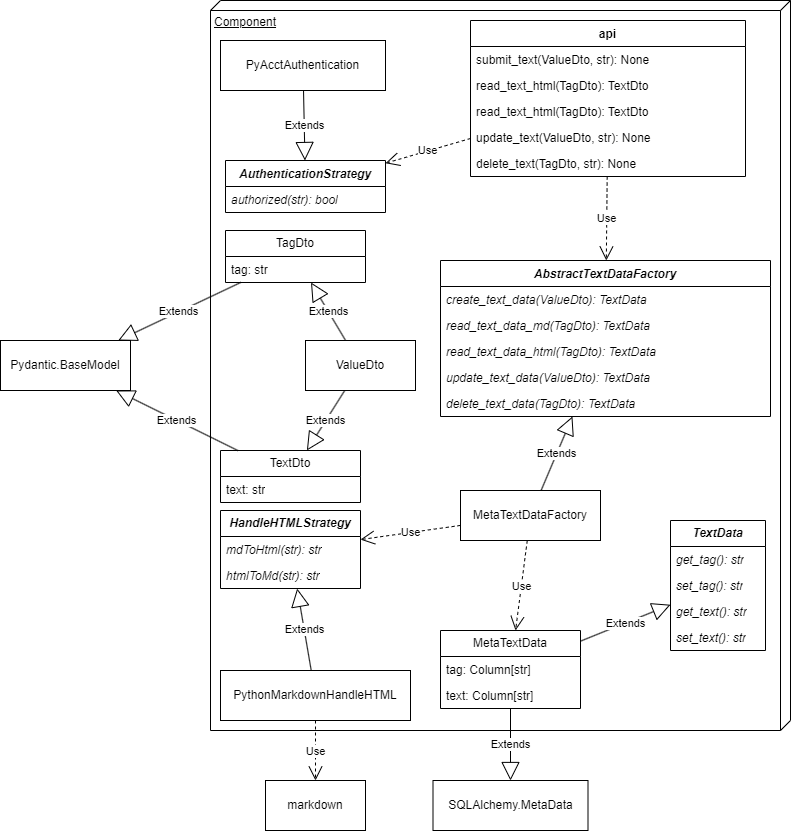
Earlier version of the draw.io export docs/uml.png (mwhicks-dev/webedit). Source tidied: cells renumbered, new cells last; positions are measured from the earlier drawing's top-left corner, leaving out a move shared by most shapes.
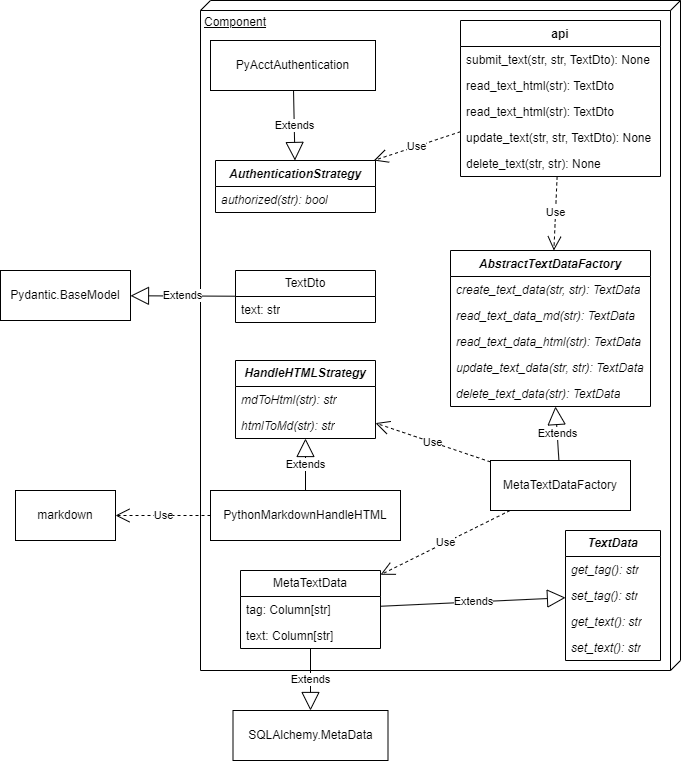
After the commit.

Commit message:
Updated docs to reflect API #1

Diff of the diagram source:
```diff
@@ -3,7 +3,7 @@
     <mxCell id="0" />
     <mxCell id="1" parent="0" />
     <mxCell id="2" value="Component" style="verticalAlign=top;align=left;spacingTop=8;spacingLeft=2;spacingRight=12;shape=cube;size=10;direction=south;fontStyle=4;html=1;whiteSpace=wrap;" parent="1" vertex="1">
-      <mxGeometry x="210" width="580" height="730" as="geometry" />
+      <mxGeometry x="210" width="480" height="670" as="geometry" />
     </mxCell>
     <mxCell id="3" value="&lt;i&gt;AuthenticationStrategy&lt;/i&gt;" style="swimlane;fontStyle=1;align=center;verticalAlign=top;horizontal=1;startSize=26;whiteSpace=wrap;html=1;" parent="1" vertex="1">
       <mxGeometry x="225" y="160" width="160" height="52" as="geometry" />
@@ -18,13 +18,13 @@
       <mxGeometry relative="1" as="geometry" />
     </mxCell>
     <mxCell id="7" value="SQLAlchemy.MetaData" style="html=1;whiteSpace=wrap;" parent="1" vertex="1">
-      <mxGeometry x="432.5" y="780" width="155" height="50" as="geometry" />
+      <mxGeometry x="242.5" y="710" width="155" height="50" as="geometry" />
     </mxCell>
     <mxCell id="8" value="Extends" style="endArrow=block;endSize=16;endFill=0;html=1;rounded=0;" parent="1" edge="1" source="20" target="7">
       <mxGeometry relative="1" as="geometry" />
     </mxCell>
     <mxCell id="9" value="&lt;b&gt;&lt;i&gt;HandleHTMLStrategy&lt;/i&gt;&lt;/b&gt;" style="swimlane;fontStyle=0;horizontal=1;startSize=26;fillColor=none;whiteSpace=wrap;html=1;" parent="1" vertex="1">
-      <mxGeometry x="220" y="510" width="140" height="78" as="geometry" />
+      <mxGeometry x="245" y="360" width="140" height="78" as="geometry" />
     </mxCell>
     <mxCell id="10" value="mdToHtml(str): str" style="text;strokeColor=none;fillColor=none;align=left;verticalAlign=top;spacingLeft=4;spacingRight=4;overflow=hidden;whiteSpace=wrap;html=1;fontStyle=2;" parent="9" vertex="1">
       <mxGeometry y="26" width="140" height="26" as="geometry" />
@@ -33,13 +33,13 @@
       <mxGeometry y="52" width="140" height="26" as="geometry" />
     </mxCell>
     <mxCell id="12" value="PythonMarkdownHandleHTML" style="html=1;whiteSpace=wrap;" parent="1" vertex="1">
-      <mxGeometry x="220" y="670" width="190" height="50" as="geometry" />
+      <mxGeometry x="220" y="490" width="190" height="50" as="geometry" />
     </mxCell>
     <mxCell id="13" value="Extends" style="endArrow=block;endSize=16;endFill=0;html=1;rounded=0;" parent="1" edge="1" source="12" target="9">
       <mxGeometry relative="1" as="geometry" />
     </mxCell>
     <mxCell id="14" value="&lt;b style=&quot;&quot;&gt;TextData&lt;/b&gt;" style="swimlane;fontStyle=2;horizontal=1;startSize=26;fillColor=none;whiteSpace=wrap;html=1;" parent="1" vertex="1">
-      <mxGeometry x="670" y="520" width="95" height="130" as="geometry" />
+      <mxGeometry x="575" y="530" width="95" height="130" as="geometry" />
     </mxCell>
     <mxCell id="15" value="get_tag(): str" style="text;strokeColor=none;fillColor=none;align=left;verticalAlign=top;spacingLeft=4;spacingRight=4;overflow=hidden;whiteSpace=wrap;html=1;fontStyle=2;" parent="14" vertex="1">
       <mxGeometry y="26" width="95" height="26" as="geometry" />
@@ -57,7 +57,7 @@
       <mxGeometry relative="1" as="geometry" />
     </mxCell>
     <mxCell id="20" value="MetaTextData" style="swimlane;fontStyle=0;horizontal=1;startSize=26;fillColor=none;whiteSpace=wrap;html=1;" parent="1" vertex="1">
-      <mxGeometry x="440" y="630" width="140" height="78" as="geometry" />
+      <mxGeometry x="250" y="570" width="140" height="78" as="geometry" />
     </mxCell>
     <mxCell id="21" value="tag: Column[str]" style="text;strokeColor=none;fillColor=none;align=left;verticalAlign=top;spacingLeft=4;spacingRight=4;overflow=hidden;whiteSpace=wrap;html=1;" parent="20" vertex="1">
       <mxGeometry y="26" width="140" height="26" as="geometry" />
@@ -66,25 +66,25 @@
       <mxGeometry y="52" width="140" height="26" as="geometry" />
     </mxCell>
     <mxCell id="23" value="&lt;i&gt;AbstractTextDataFactory&lt;/i&gt;" style="swimlane;fontStyle=1;align=center;verticalAlign=top;horizontal=1;startSize=26;whiteSpace=wrap;html=1;" parent="1" vertex="1">
-      <mxGeometry x="440" y="260" width="330" height="156" as="geometry" />
+      <mxGeometry x="460" y="250" width="200" height="156" as="geometry" />
     </mxCell>
-    <mxCell id="24" value="create_text_data(ValueDto): TextData" style="text;strokeColor=none;fillColor=none;align=left;verticalAlign=top;spacingLeft=4;spacingRight=4;overflow=hidden;whiteSpace=wrap;html=1;fontStyle=2;" parent="23" vertex="1">
-      <mxGeometry y="26" width="330" height="26" as="geometry" />
+    <mxCell id="24" value="create_text_data(str, str): TextData" style="text;strokeColor=none;fillColor=none;align=left;verticalAlign=top;spacingLeft=4;spacingRight=4;overflow=hidden;whiteSpace=wrap;html=1;fontStyle=2;" parent="23" vertex="1">
+      <mxGeometry y="26" width="200" height="26" as="geometry" />
     </mxCell>
-    <mxCell id="25" value="read_text_data_md(TagDto): TextData" style="text;strokeColor=none;fillColor=none;align=left;verticalAlign=top;spacingLeft=4;spacingRight=4;overflow=hidden;whiteSpace=wrap;html=1;fontStyle=2;" parent="23" vertex="1">
-      <mxGeometry y="52" width="330" height="26" as="geometry" />
+    <mxCell id="25" value="read_text_data_md(str): TextData" style="text;strokeColor=none;fillColor=none;align=left;verticalAlign=top;spacingLeft=4;spacingRight=4;overflow=hidden;whiteSpace=wrap;html=1;fontStyle=2;" parent="23" vertex="1">
+      <mxGeometry y="52" width="200" height="26" as="geometry" />
     </mxCell>
-    <mxCell id="26" value="read_text_data_html(TagDto): TextData" style="text;strokeColor=none;fillColor=none;align=left;verticalAlign=top;spacingLeft=4;spacingRight=4;overflow=hidden;whiteSpace=wrap;html=1;fontStyle=2;" parent="23" vertex="1">
-      <mxGeometry y="78" width="330" height="26" as="geometry" />
+    <mxCell id="26" value="read_text_data_html(str): TextData" style="text;strokeColor=none;fillColor=none;align=left;verticalAlign=top;spacingLeft=4;spacingRight=4;overflow=hidden;whiteSpace=wrap;html=1;fontStyle=2;" parent="23" vertex="1">
+      <mxGeometry y="78" width="200" height="26" as="geometry" />
     </mxCell>
-    <mxCell id="27" value="update_text_data(ValueDto): TextData" style="text;strokeColor=none;fillColor=none;align=left;verticalAlign=top;spacingLeft=4;spacingRight=4;overflow=hidden;whiteSpace=wrap;html=1;fontStyle=2;" parent="23" vertex="1">
-      <mxGeometry y="104" width="330" height="26" as="geometry" />
+    <mxCell id="27" value="update_text_data(str, str): TextData" style="text;strokeColor=none;fillColor=none;align=left;verticalAlign=top;spacingLeft=4;spacingRight=4;overflow=hidden;whiteSpace=wrap;html=1;fontStyle=2;" parent="23" vertex="1">
+      <mxGeometry y="104" width="200" height="26" as="geometry" />
     </mxCell>
-    <mxCell id="28" value="delete_text_data(TagDto): TextData" style="text;strokeColor=none;fillColor=none;align=left;verticalAlign=top;spacingLeft=4;spacingRight=4;overflow=hidden;whiteSpace=wrap;html=1;fontStyle=2;" parent="23" vertex="1">
-      <mxGeometry y="130" width="330" height="26" as="geometry" />
+    <mxCell id="28" value="delete_text_data(str): TextData" style="text;strokeColor=none;fillColor=none;align=left;verticalAlign=top;spacingLeft=4;spacingRight=4;overflow=hidden;whiteSpace=wrap;html=1;fontStyle=2;" parent="23" vertex="1">
+      <mxGeometry y="130" width="200" height="26" as="geometry" />
     </mxCell>
     <mxCell id="29" value="MetaTextDataFactory" style="html=1;whiteSpace=wrap;" parent="1" vertex="1">
-      <mxGeometry x="460" y="490" width="140" height="50" as="geometry" />
+      <mxGeometry x="500" y="460" width="140" height="50" as="geometry" />
     </mxCell>
     <mxCell id="30" value="Extends" style="endArrow=block;endSize=16;endFill=0;html=1;rounded=0;" parent="1" edge="1" source="29" target="23">
       <mxGeometry relative="1" as="geometry" />
@@ -93,22 +93,22 @@
       <mxGeometry relative="1" as="geometry" />
     </mxCell>
     <mxCell id="32" value="api" style="swimlane;fontStyle=1;align=center;verticalAlign=top;horizontal=1;startSize=26;whiteSpace=wrap;html=1;" parent="1" vertex="1">
-      <mxGeometry x="470" y="20" width="275" height="156" as="geometry" />
+      <mxGeometry x="470" y="20" width="200" height="156" as="geometry" />
     </mxCell>
-    <mxCell id="33" value="submit_text(ValueDto, str): None" style="text;strokeColor=none;fillColor=none;align=left;verticalAlign=top;spacingLeft=4;spacingRight=4;overflow=hidden;whiteSpace=wrap;html=1;" parent="32" vertex="1">
-      <mxGeometry y="26" width="275" height="26" as="geometry" />
+    <mxCell id="33" value="submit_text(str, str, TextDto): None" style="text;strokeColor=none;fillColor=none;align=left;verticalAlign=top;spacingLeft=4;spacingRight=4;overflow=hidden;whiteSpace=wrap;html=1;" parent="32" vertex="1">
+      <mxGeometry y="26" width="200" height="26" as="geometry" />
     </mxCell>
-    <mxCell id="34" value="read_text_html(TagDto): TextDto" style="text;strokeColor=none;fillColor=none;align=left;verticalAlign=top;spacingLeft=4;spacingRight=4;overflow=hidden;whiteSpace=wrap;html=1;" parent="32" vertex="1">
-      <mxGeometry y="52" width="275" height="26" as="geometry" />
+    <mxCell id="34" value="read_text_html(str): TextDto" style="text;strokeColor=none;fillColor=none;align=left;verticalAlign=top;spacingLeft=4;spacingRight=4;overflow=hidden;whiteSpace=wrap;html=1;" parent="32" vertex="1">
+      <mxGeometry y="52" width="200" height="26" as="geometry" />
     </mxCell>
-    <mxCell id="35" value="read_text_html(TagDto): TextDto" style="text;strokeColor=none;fillColor=none;align=left;verticalAlign=top;spacingLeft=4;spacingRight=4;overflow=hidden;whiteSpace=wrap;html=1;" parent="32" vertex="1">
-      <mxGeometry y="78" width="275" height="26" as="geometry" />
+    <mxCell id="35" value="read_text_html(str): TextDto" style="text;strokeColor=none;fillColor=none;align=left;verticalAlign=top;spacingLeft=4;spacingRight=4;overflow=hidden;whiteSpace=wrap;html=1;" parent="32" vertex="1">
+      <mxGeometry y="78" width="200" height="26" as="geometry" />
     </mxCell>
-    <mxCell id="36" value="update_text(ValueDto, str): None" style="text;strokeColor=none;fillColor=none;align=left;verticalAlign=top;spacingLeft=4;spacingRight=4;overflow=hidden;whiteSpace=wrap;html=1;" parent="32" vertex="1">
-      <mxGeometry y="104" width="275" height="26" as="geometry" />
+    <mxCell id="36" value="update_text(str, str, TextDto): None" style="text;strokeColor=none;fillColor=none;align=left;verticalAlign=top;spacingLeft=4;spacingRight=4;overflow=hidden;whiteSpace=wrap;html=1;" parent="32" vertex="1">
+      <mxGeometry y="104" width="200" height="26" as="geometry" />
     </mxCell>
-    <mxCell id="37" value="delete_text(TagDto, str): None" style="text;strokeColor=none;fillColor=none;align=left;verticalAlign=top;spacingLeft=4;spacingRight=4;overflow=hidden;whiteSpace=wrap;html=1;" parent="32" vertex="1">
-      <mxGeometry y="130" width="275" height="26" as="geometry" />
+    <mxCell id="37" value="delete_text(str, str): None" style="text;strokeColor=none;fillColor=none;align=left;verticalAlign=top;spacingLeft=4;spacingRight=4;overflow=hidden;whiteSpace=wrap;html=1;" parent="32" vertex="1">
+      <mxGeometry y="130" width="200" height="26" as="geometry" />
     </mxCell>
     <mxCell id="38" value="Use" style="endArrow=open;endSize=12;dashed=1;html=1;rounded=0;" parent="1" edge="1" source="32" target="3">
       <mxGeometry relative="1" as="geometry" />
@@ -119,38 +119,20 @@
     <mxCell id="40" value="Use" style="endArrow=open;endSize=12;dashed=1;html=1;rounded=0;" parent="1" edge="1" source="29" target="20">
       <mxGeometry relative="1" as="geometry" />
     </mxCell>
-    <mxCell id="41" value="TagDto" style="swimlane;fontStyle=0;horizontal=1;startSize=26;fillColor=none;whiteSpace=wrap;html=1;" parent="1" vertex="1">
-      <mxGeometry x="225" y="230" width="140" height="52" as="geometry" />
-    </mxCell>
-    <mxCell id="42" value="tag: str" style="text;strokeColor=none;fillColor=none;align=left;verticalAlign=top;spacingLeft=4;spacingRight=4;overflow=hidden;whiteSpace=wrap;html=1;" parent="41" vertex="1">
-      <mxGeometry y="26" width="140" height="26" as="geometry" />
-    </mxCell>
     <mxCell id="43" value="TextDto" style="swimlane;fontStyle=0;horizontal=1;startSize=26;fillColor=none;whiteSpace=wrap;html=1;" parent="1" vertex="1">
-      <mxGeometry x="220" y="450" width="140" height="52" as="geometry" />
+      <mxGeometry x="245" y="270" width="140" height="52" as="geometry" />
     </mxCell>
     <mxCell id="44" value="text: str" style="text;strokeColor=none;fillColor=none;align=left;verticalAlign=top;spacingLeft=4;spacingRight=4;overflow=hidden;whiteSpace=wrap;html=1;" parent="43" vertex="1">
       <mxGeometry y="26" width="140" height="26" as="geometry" />
     </mxCell>
-    <mxCell id="45" value="ValueDto" style="html=1;whiteSpace=wrap;" parent="1" vertex="1">
-      <mxGeometry x="305" y="340" width="110" height="50" as="geometry" />
-    </mxCell>
-    <mxCell id="46" value="Extends" style="endArrow=block;endSize=16;endFill=0;html=1;rounded=0;" parent="1" edge="1" source="45" target="41">
-      <mxGeometry relative="1" as="geometry" />
-    </mxCell>
-    <mxCell id="47" value="Extends" style="endArrow=block;endSize=16;endFill=0;html=1;rounded=0;" parent="1" edge="1" source="45" target="43">
-      <mxGeometry relative="1" as="geometry" />
-    </mxCell>
     <mxCell id="48" value="Pydantic.BaseModel" style="html=1;whiteSpace=wrap;" parent="1" vertex="1">
-      <mxGeometry y="340" width="130" height="50" as="geometry" />
+      <mxGeometry x="10" y="270" width="130" height="50" as="geometry" />
     </mxCell>
-    <mxCell id="49" value="Extends" style="endArrow=block;endSize=16;endFill=0;html=1;rounded=0;" parent="1" edge="1" source="41" target="48">
-      <mxGeometry relative="1" as="geometry" />
-    </mxCell>
     <mxCell id="50" value="Extends" style="endArrow=block;endSize=16;endFill=0;html=1;rounded=0;" parent="1" edge="1" source="43" target="48">
       <mxGeometry relative="1" as="geometry" />
     </mxCell>
     <mxCell id="51" value="markdown" style="html=1;whiteSpace=wrap;" parent="1" vertex="1">
-      <mxGeometry x="265" y="780" width="100" height="50" as="geometry" />
+      <mxGeometry x="25" y="490" width="100" height="50" as="geometry" />
     </mxCell>
     <mxCell id="52" value="Use" style="endArrow=open;endSize=12;dashed=1;html=1;rounded=0;" parent="1" edge="1" source="12" target="51">
       <mxGeometry relative="1" as="geometry" />
```
